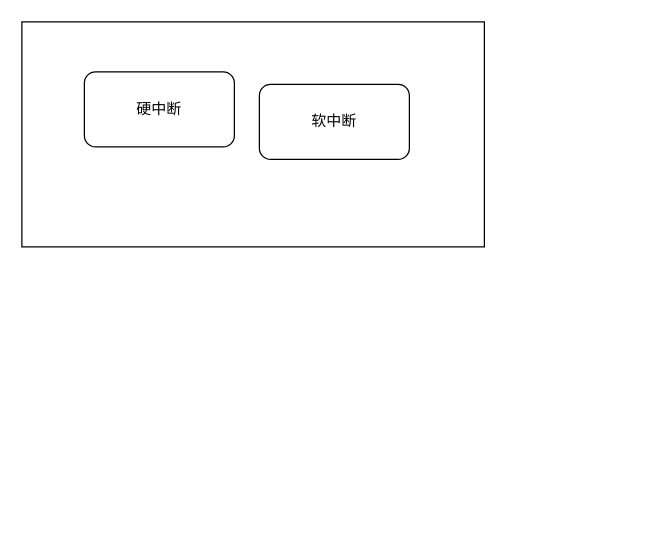
Earlier version of the draw.io diagram 中断.drawio (LxkdGithub/draw.io). Source tidied: cells renumbered, new cells numbered last; positions are measured from the earlier drawing's top-left corner, leaving out a move shared by most shapes. Both pictures are drawn from the tidied source at 125%, with x=0, y=0 at pixel (21, 21).
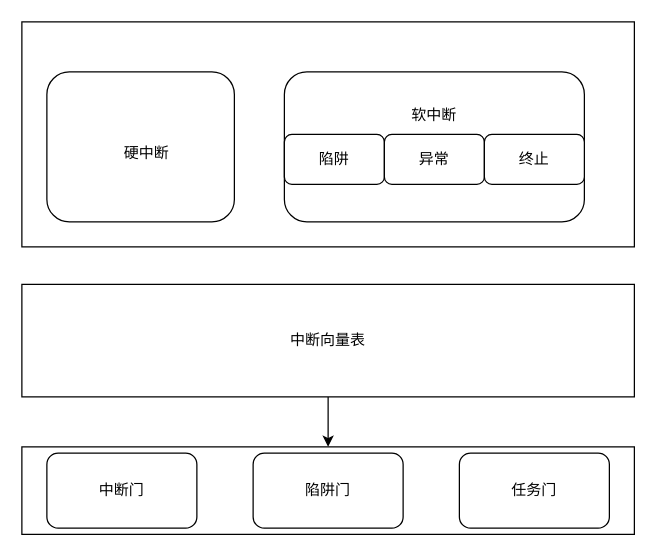
Above is the later version.

Diff of the diagram source:
```diff
@@
 <mxGraphModel>
   <root>
     <mxCell id="0" />
     <mxCell id="1" parent="0" />
     <mxCell id="2" style="rounded=0;whiteSpace=wrap;html=1;" parent="1" vertex="1">
-      <mxGeometry width="370" height="180" as="geometry" />
+      <mxGeometry width="490" height="180" as="geometry" />
     </mxCell>
-    <mxCell id="3" value="硬中断" style="rounded=1;whiteSpace=wrap;html=1;" parent="1" vertex="1">
-      <mxGeometry x="50" y="40" width="120" height="60" as="geometry" />
+    <mxCell id="3" style="rounded=1;whiteSpace=wrap;html=1;" parent="1" vertex="1">
+      <mxGeometry x="20" y="40" width="150" height="120" as="geometry" />
     </mxCell>
-    <mxCell id="4" value="软中断" style="rounded=1;whiteSpace=wrap;html=1;" parent="1" vertex="1">
-      <mxGeometry x="190" y="50" width="120" height="60" as="geometry" />
+    <mxCell id="4" style="rounded=1;whiteSpace=wrap;html=1;" parent="1" vertex="1">
+      <mxGeometry x="210" y="40" width="240" height="120" as="geometry" />
     </mxCell>
+    <mxCell id="5" value="硬中断" style="text;html=1;strokeColor=none;fillColor=none;align=center;verticalAlign=middle;whiteSpace=wrap;rounded=0;" parent="1" vertex="1">
+      <mxGeometry x="70" y="90" width="60" height="30" as="geometry" />
+    </mxCell>
+    <mxCell id="6" value="软中断" style="text;html=1;strokeColor=none;fillColor=none;align=center;verticalAlign=middle;whiteSpace=wrap;rounded=0;" parent="1" vertex="1">
+      <mxGeometry x="300" y="60" width="60" height="30" as="geometry" />
+    </mxCell>
+    <mxCell id="7" value="陷阱" style="rounded=1;whiteSpace=wrap;html=1;" parent="1" vertex="1">
+      <mxGeometry x="210" y="90" width="80" height="40" as="geometry" />
+    </mxCell>
+    <mxCell id="8" value="异常" style="rounded=1;whiteSpace=wrap;html=1;" parent="1" vertex="1">
+      <mxGeometry x="290" y="90" width="80" height="40" as="geometry" />
+    </mxCell>
+    <mxCell id="9" value="终止" style="rounded=1;whiteSpace=wrap;html=1;" parent="1" vertex="1">
+      <mxGeometry x="370" y="90" width="80" height="40" as="geometry" />
+    </mxCell>
+    <mxCell id="10" style="edgeStyle=orthogonalEdgeStyle;rounded=0;jettySize=auto;html=1;entryX=0.5;entryY=0;entryDx=0;entryDy=0;" parent="1" edge="1" source="11" target="12">
+      <mxGeometry relative="1" as="geometry" />
+    </mxCell>
+    <mxCell id="11" value="中断向量表" style="rounded=0;whiteSpace=wrap;html=1;" parent="1" vertex="1">
+      <mxGeometry y="210" width="490" height="90" as="geometry" />
+    </mxCell>
+    <mxCell id="12" style="rounded=0;whiteSpace=wrap;html=1;" parent="1" vertex="1">
+      <mxGeometry y="340" width="490" height="70" as="geometry" />
+    </mxCell>
+    <mxCell id="13" value="中断门" style="rounded=1;whiteSpace=wrap;html=1;" parent="1" vertex="1">
+      <mxGeometry x="20" y="345" width="120" height="60" as="geometry" />
+    </mxCell>
+    <mxCell id="14" value="陷阱门" style="rounded=1;whiteSpace=wrap;html=1;" parent="1" vertex="1">
+      <mxGeometry x="185" y="345" width="120" height="60" as="geometry" />
+    </mxCell>
+    <mxCell id="15" value="任务门" style="rounded=1;whiteSpace=wrap;html=1;" parent="1" vertex="1">
+      <mxGeometry x="350" y="345" width="120" height="60" as="geometry" />
+    </mxCell>
   </root>
 </mxGraphModel>
```
